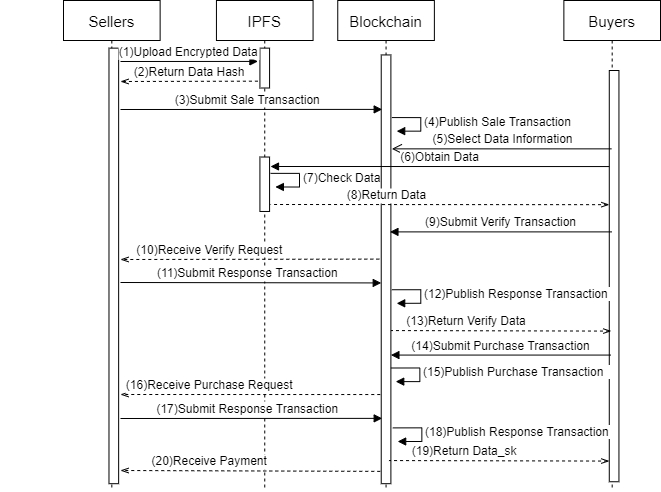
The draw.io diagram newflowDiagram.png in yyuu-6/1111, before a commit. Source tidied: cells renumbered, new cells last; positions are measured from the earlier drawing's top-left corner, leaving out a move shared by most shapes.
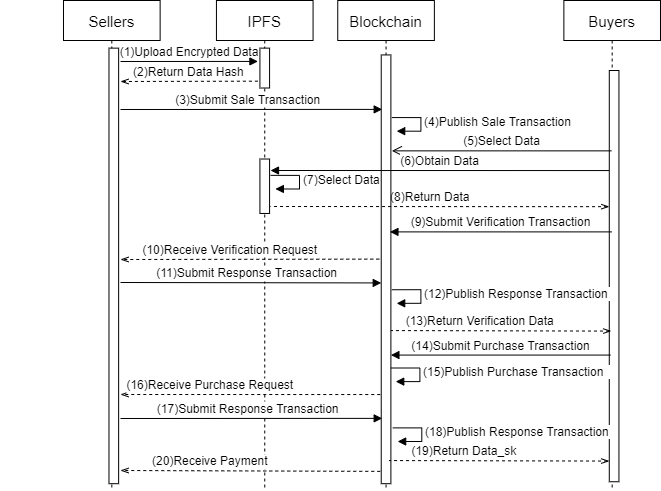
After the commit.

Change to the diagram source:
```diff
@@ -23,7 +23,7 @@
     <mxCell id="8" style="perimeter=orthogonalPerimeter;rounded=0;shadow=0;strokeWidth=1;" parent="7" vertex="1">
       <mxGeometry x="43.5" y="47.6" width="9.7" height="39.9" as="geometry" />
     </mxCell>
-    <mxCell id="9" value="(1)Upload Encrypted Data" style="verticalAlign=bottom;endArrow=block;entryX=0;entryY=0;shadow=0;strokeWidth=1;fontSize=12;" parent="4" edge="1">
+    <mxCell id="9" value="(1)Upload Encrypted Data" style="verticalAlign=bottom;endArrow=block;entryX=0;entryY=0;shadow=0;strokeWidth=1;fontSize=12;labelBackgroundColor=none;" parent="4" edge="1">
       <mxGeometry relative="1" as="geometry">
         <mxPoint x="120" y="61" as="sourcePoint" />
         <mxPoint x="257.4" y="60.9" as="targetPoint" />
@@ -56,9 +56,10 @@
         </Array>
       </mxGeometry>
     </mxCell>
-    <mxCell id="15" value="(5)Select Data Information" style="html=1;verticalAlign=bottom;endArrow=open;endSize=8;" parent="4" edge="1" source="2">
+    <mxCell id="15" value="(5)Select Data" style="html=1;verticalAlign=bottom;endArrow=open;endSize=8;" parent="4" edge="1">
       <mxGeometry relative="1" as="geometry">
-        <mxPoint x="391.4" y="148.4" as="targetPoint" />
+        <mxPoint x="611.2" y="150.4" as="sourcePoint" />
+        <mxPoint x="391.4" y="150.4" as="targetPoint" />
       </mxGeometry>
     </mxCell>
     <mxCell id="16" value="(14)Submit Purchase Transaction" style="html=1;verticalAlign=bottom;endArrow=none;startArrow=block;startFill=1;endFill=0;" parent="4" edge="1">
@@ -98,31 +99,31 @@
       </mxGeometry>
     </mxCell>
     <mxCell id="21" style="perimeter=orthogonalPerimeter;rounded=0;shadow=0;strokeWidth=1;" parent="4" vertex="1">
-      <mxGeometry x="259.4" y="156.5" width="9.7" height="54.4" as="geometry" />
+      <mxGeometry x="259.4" y="158.5" width="9.7" height="54.4" as="geometry" />
     </mxCell>
-    <mxCell id="22" value="&lt;span style=&quot;text-align: center&quot;&gt;(7)Check Data&lt;/span&gt;" style="edgeStyle=orthogonalEdgeStyle;html=1;align=left;spacingLeft=2;endArrow=block;rounded=0;entryX=1;entryY=0;" parent="4" edge="1">
+    <mxCell id="22" value="&lt;span style=&quot;text-align: center&quot;&gt;(7)Select Data&lt;/span&gt;" style="edgeStyle=orthogonalEdgeStyle;html=1;align=left;spacingLeft=2;endArrow=block;rounded=0;entryX=1;entryY=0;" parent="4" edge="1">
       <mxGeometry relative="1" as="geometry">
-        <mxPoint x="270.1" y="172.9" as="sourcePoint" />
-        <mxPoint x="274.9" y="186.5" as="targetPoint" />
+        <mxPoint x="270.1" y="174.9" as="sourcePoint" />
+        <mxPoint x="274.9" y="188.5" as="targetPoint" />
         <Array as="points">
-          <mxPoint x="299" y="172.9" />
+          <mxPoint x="299" y="174.9" />
         </Array>
       </mxGeometry>
     </mxCell>
-    <mxCell id="23" value="(8)Return Data" style="verticalAlign=bottom;endArrow=none;shadow=0;strokeWidth=1;dashed=1;endFill=0;startArrow=openThin;startFill=0;fontSize=12;" parent="4" edge="1">
-      <mxGeometry x="0.31" relative="1" as="geometry">
-        <mxPoint x="608.8" y="204.2" as="sourcePoint" />
-        <mxPoint x="270" y="204" as="targetPoint" />
+    <mxCell id="23" value="(8)Return Data" style="verticalAlign=bottom;endArrow=none;shadow=0;strokeWidth=1;dashed=1;endFill=0;startArrow=openThin;startFill=0;fontSize=12;labelBackgroundColor=none;" parent="4" edge="1">
+      <mxGeometry x="0.06" relative="1" as="geometry">
+        <mxPoint x="608.8" y="206.2" as="sourcePoint" />
+        <mxPoint x="270" y="206" as="targetPoint" />
       </mxGeometry>
     </mxCell>
-    <mxCell id="24" value="(9)Submit Verify Transaction" style="html=1;verticalAlign=bottom;endArrow=none;startArrow=block;startFill=1;endFill=0;" parent="4" edge="1">
+    <mxCell id="24" value="(9)Submit Verification Transaction" style="html=1;verticalAlign=bottom;endArrow=none;startArrow=block;startFill=1;endFill=0;strokeWidth=1;" parent="4" edge="1">
       <mxGeometry relative="1" as="geometry">
         <mxPoint x="389.4" y="231.4" as="sourcePoint" />
         <mxPoint x="611.2" y="231.4" as="targetPoint" />
       </mxGeometry>
     </mxCell>
-    <mxCell id="25" value="(10)Receive Verify Request" style="verticalAlign=bottom;endArrow=openThin;shadow=0;strokeWidth=1;dashed=1;endFill=0;fontSize=12;" parent="4" edge="1">
-      <mxGeometry x="0.31" relative="1" as="geometry">
+    <mxCell id="25" value="(10)Receive Verification Request" style="verticalAlign=bottom;endArrow=openThin;shadow=0;strokeWidth=1;dashed=1;endFill=0;fontSize=12;" parent="4" edge="1">
+      <mxGeometry x="0.15" relative="1" as="geometry">
         <mxPoint x="378.8" y="258.6" as="sourcePoint" />
         <mxPoint x="120" y="259" as="targetPoint" />
       </mxGeometry>
@@ -142,8 +143,8 @@
         </Array>
       </mxGeometry>
     </mxCell>
-    <mxCell id="28" value="(13)Return Verify Data" style="verticalAlign=bottom;endArrow=none;shadow=0;strokeWidth=1;dashed=1;endFill=0;startArrow=openThin;startFill=0;exitX=-0.3;exitY=0.887;exitDx=0;exitDy=0;exitPerimeter=0;fontSize=12;" parent="4" edge="1">
-      <mxGeometry x="0.31" relative="1" as="geometry">
+    <mxCell id="28" value="(13)Return Verification Data" style="verticalAlign=bottom;endArrow=none;shadow=0;strokeWidth=1;dashed=1;endFill=0;startArrow=openThin;startFill=0;exitX=-0.3;exitY=0.887;exitDx=0;exitDy=0;exitPerimeter=0;fontSize=12;" parent="4" edge="1">
+      <mxGeometry x="0.19" relative="1" as="geometry">
         <mxPoint x="610.7" y="330.6" as="sourcePoint" />
         <mxPoint x="390.4" y="330.1" as="targetPoint" />
       </mxGeometry>
@@ -156,8 +157,8 @@
     </mxCell>
     <mxCell id="30" value="(6)Obtain Data" style="html=1;verticalAlign=bottom;endArrow=none;startArrow=block;startFill=1;endFill=0;" parent="4" edge="1">
       <mxGeometry relative="1" as="geometry">
-        <mxPoint x="270" y="166" as="sourcePoint" />
-        <mxPoint x="608.8" y="166.1" as="targetPoint" />
+        <mxPoint x="270" y="170" as="sourcePoint" />
+        <mxPoint x="608.8" y="170.1" as="targetPoint" />
       </mxGeometry>
     </mxCell>
     <mxCell id="31" value="(19)Return Data_sk" style="verticalAlign=bottom;endArrow=none;shadow=0;strokeWidth=1;dashed=1;endFill=0;startArrow=openThin;startFill=0;exitX=-0.3;exitY=0.887;exitDx=0;exitDy=0;exitPerimeter=0;fontSize=12;" parent="4" edge="1">
```
